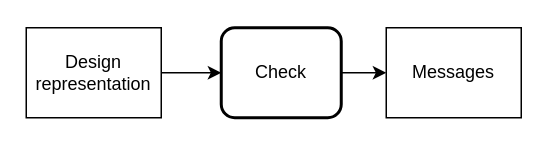
Above: page "Lint" (4 of 9) of content/sili-infra/sili-flows.drawio in jameshanlon/jameshanlon.github.io (draw.io), before the change. Source tidied: cells renumbered, new cells numbered last; positions are measured from the earlier drawing's top-left corner, leaving out a move shared by most shapes. Both pictures are drawn from the tidied source at 150%, with x=0, y=0 at pixel (26, 27).
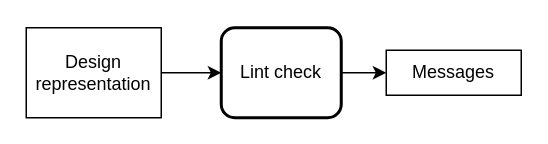
Above is the later version.

Change to the diagram source:
```diff
@@
 <mxGraphModel>
   <root>
     <mxCell id="0" />
     <mxCell id="1" parent="0" />
     <mxCell id="2" style="edgeStyle=orthogonalEdgeStyle;rounded=0;jettySize=auto;html=1;exitX=1;exitY=0.5;exitDx=0;exitDy=0;" parent="1" edge="1" source="3" target="5">
       <mxGeometry relative="1" as="geometry" />
     </mxCell>
     <mxCell id="3" value="Design representation" style="rounded=1;whiteSpace=wrap;html=1;arcSize=0;" parent="1" vertex="1">
       <mxGeometry width="90" height="60" as="geometry" />
     </mxCell>
     <mxCell id="4" style="edgeStyle=orthogonalEdgeStyle;rounded=0;jettySize=auto;html=1;exitX=1;exitY=0.5;exitDx=0;exitDy=0;entryX=0;entryY=0.5;entryDx=0;entryDy=0;" parent="1" edge="1" source="5" target="6">
       <mxGeometry relative="1" as="geometry" />
     </mxCell>
-    <mxCell id="5" value="Check" style="rounded=1;whiteSpace=wrap;html=1;strokeWidth=2;" parent="1" vertex="1">
+    <mxCell id="5" value="Lint check" style="rounded=1;whiteSpace=wrap;html=1;strokeWidth=2;" parent="1" vertex="1">
       <mxGeometry x="130" width="80" height="60" as="geometry" />
     </mxCell>
     <mxCell id="6" value="Messages" style="rounded=1;whiteSpace=wrap;html=1;arcSize=0;" parent="1" vertex="1">
-      <mxGeometry x="240" width="90" height="60" as="geometry" />
+      <mxGeometry x="240" y="15" width="90" height="30" as="geometry" />
     </mxCell>
   </root>
 </mxGraphModel>
```
